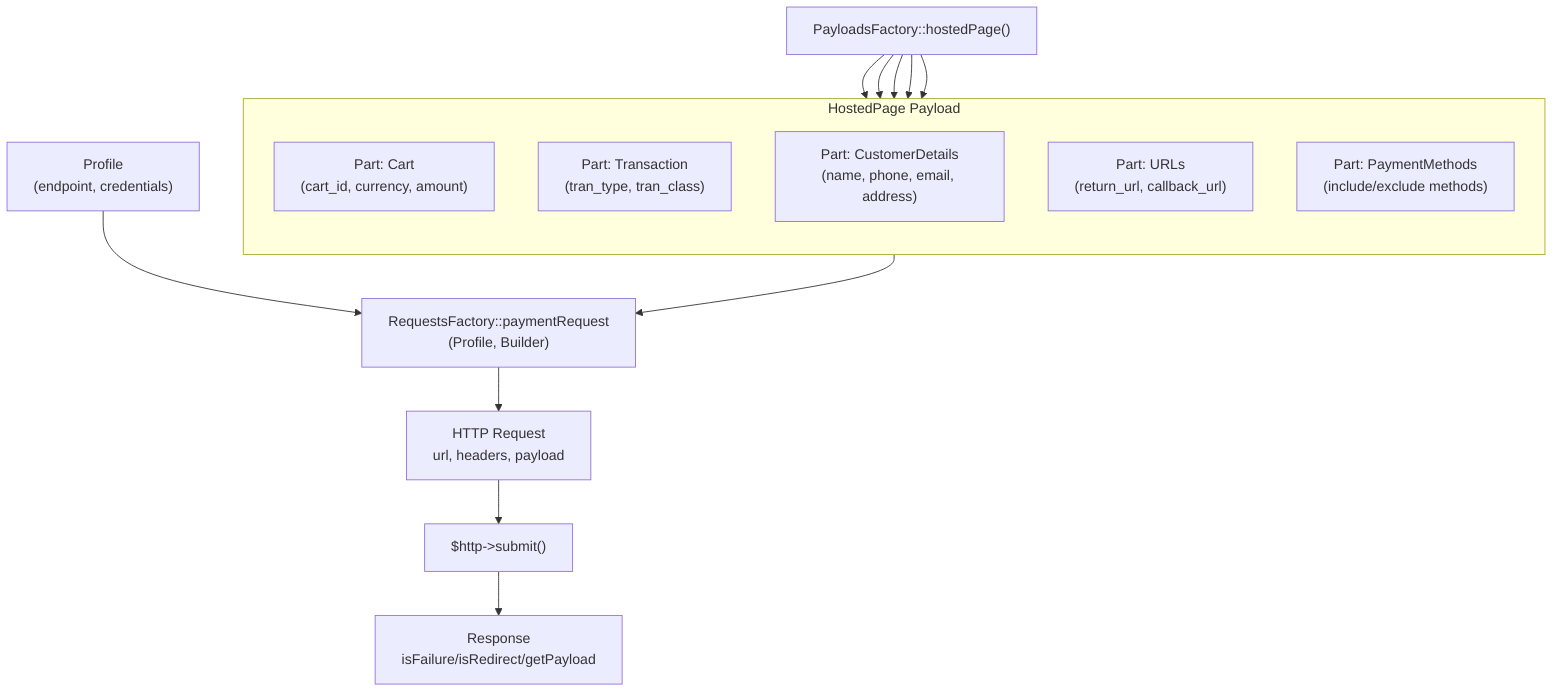
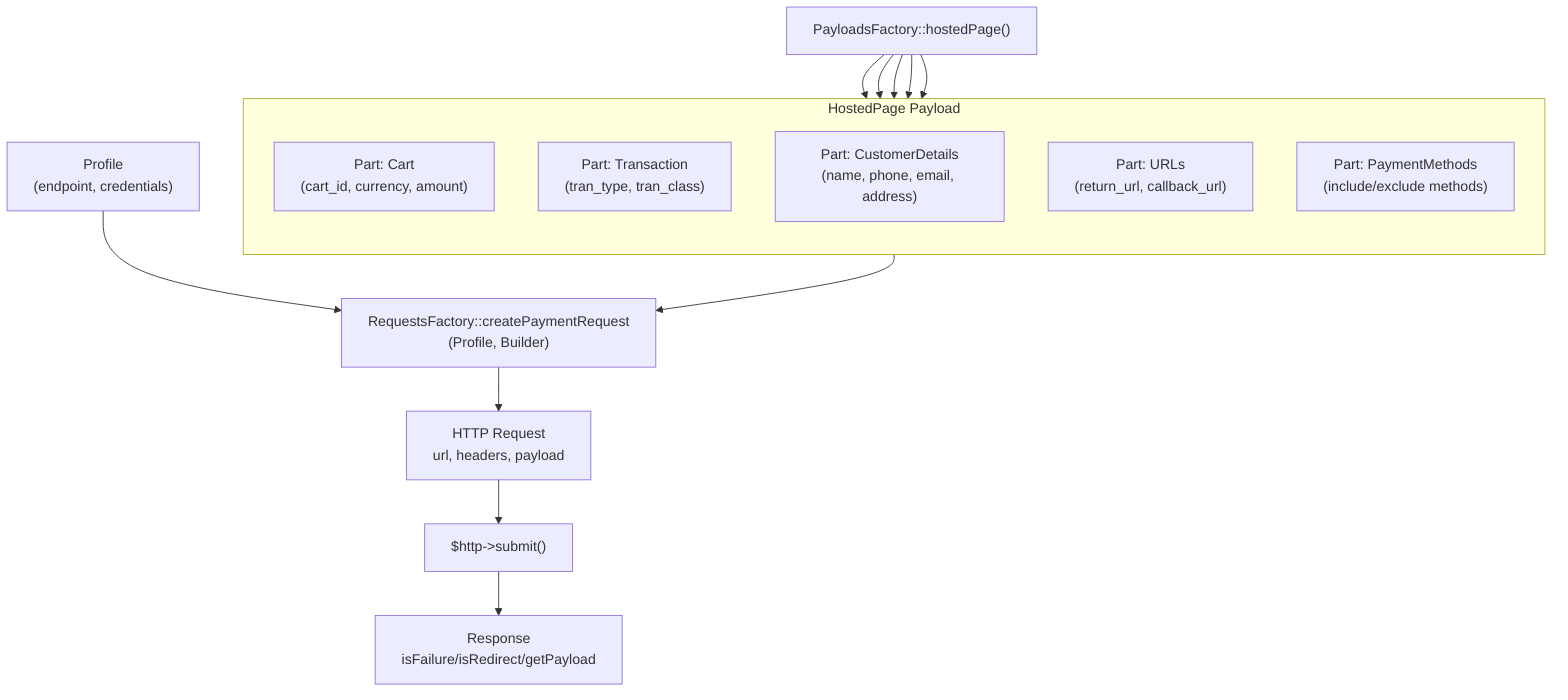
%% PaymentRequest Composition Diagram
%% Shows how multiple Parts assemble into a HostedPage Payload

graph TD
    Factory["PayloadsFactory::hostedPage()"]

    subgraph HostedPage["HostedPage Payload"]
        direction TB
        Cart["Part: Cart<br/>(cart_id, currency, amount)"]
        Transaction["Part: Transaction<br/>(tran_type, tran_class)"]
        CustomerDetails["Part: CustomerDetails<br/>(name, phone, email, address)"]
        URLs["Part: URLs<br/>(return_url, callback_url)"]
        PaymentMethods["Part: PaymentMethods<br/>(include/exclude methods)"]
    end

    Factory --> Cart
    Factory --> Transaction
    Factory --> CustomerDetails
    Factory --> URLs
    Factory --> PaymentMethods

-     HostedPage --> Request["RequestsFactory::paymentRequest<br/>(Profile, Builder)"]
+     HostedPage --> Request["RequestsFactory::createPaymentRequest<br/>(Profile, Builder)"]
    Profile["Profile<br/>(endpoint, credentials)"] --> Request

    Request --> HTTP["HTTP Request<br/>url, headers, payload"]
    HTTP --> Submit["$http->submit()"]
    Submit --> Response["Response<br/>isFailure/isRedirect/getPayload"]
